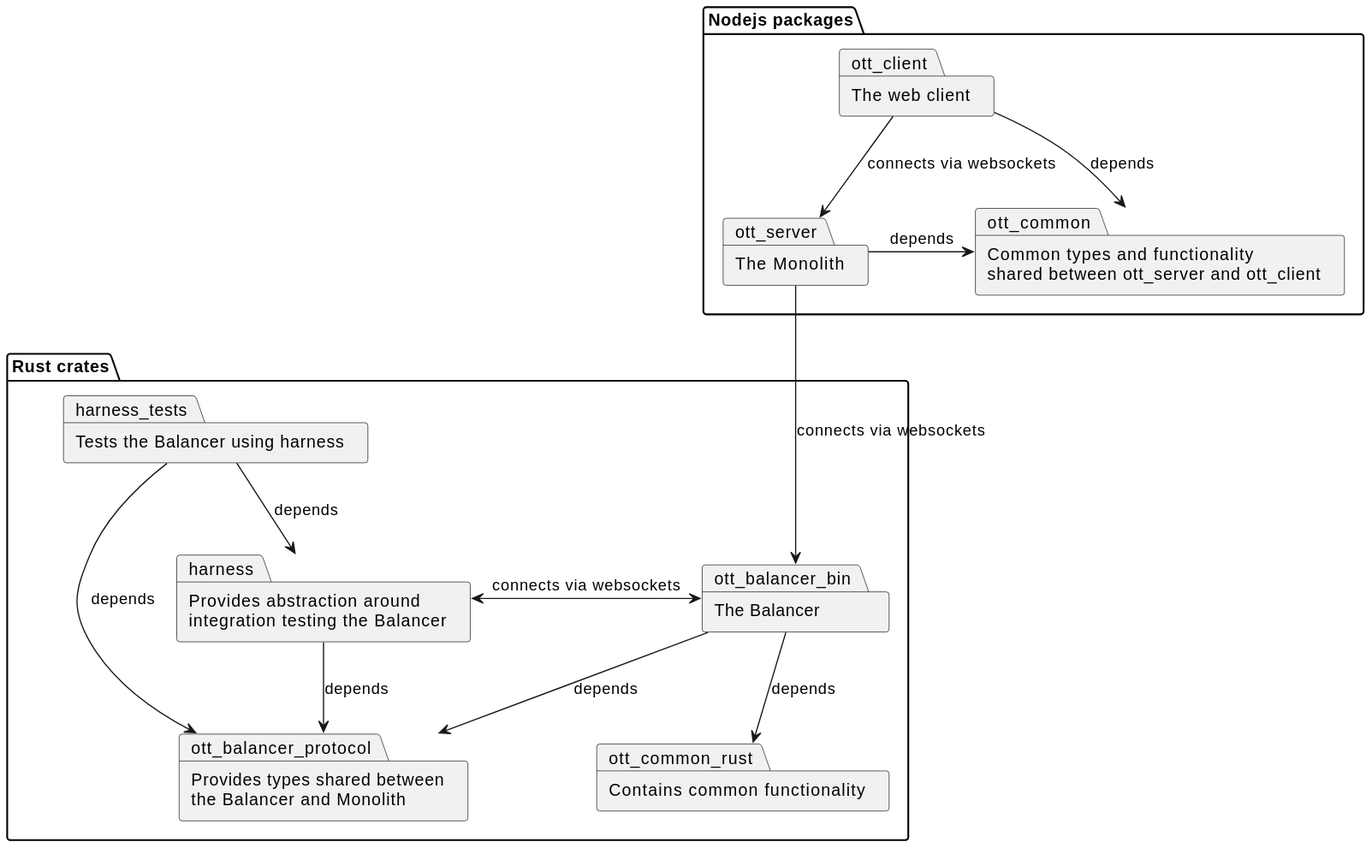
Above: figures/full-package-diagram.svg in dyc3/senior-design (PlantUML), before the change.
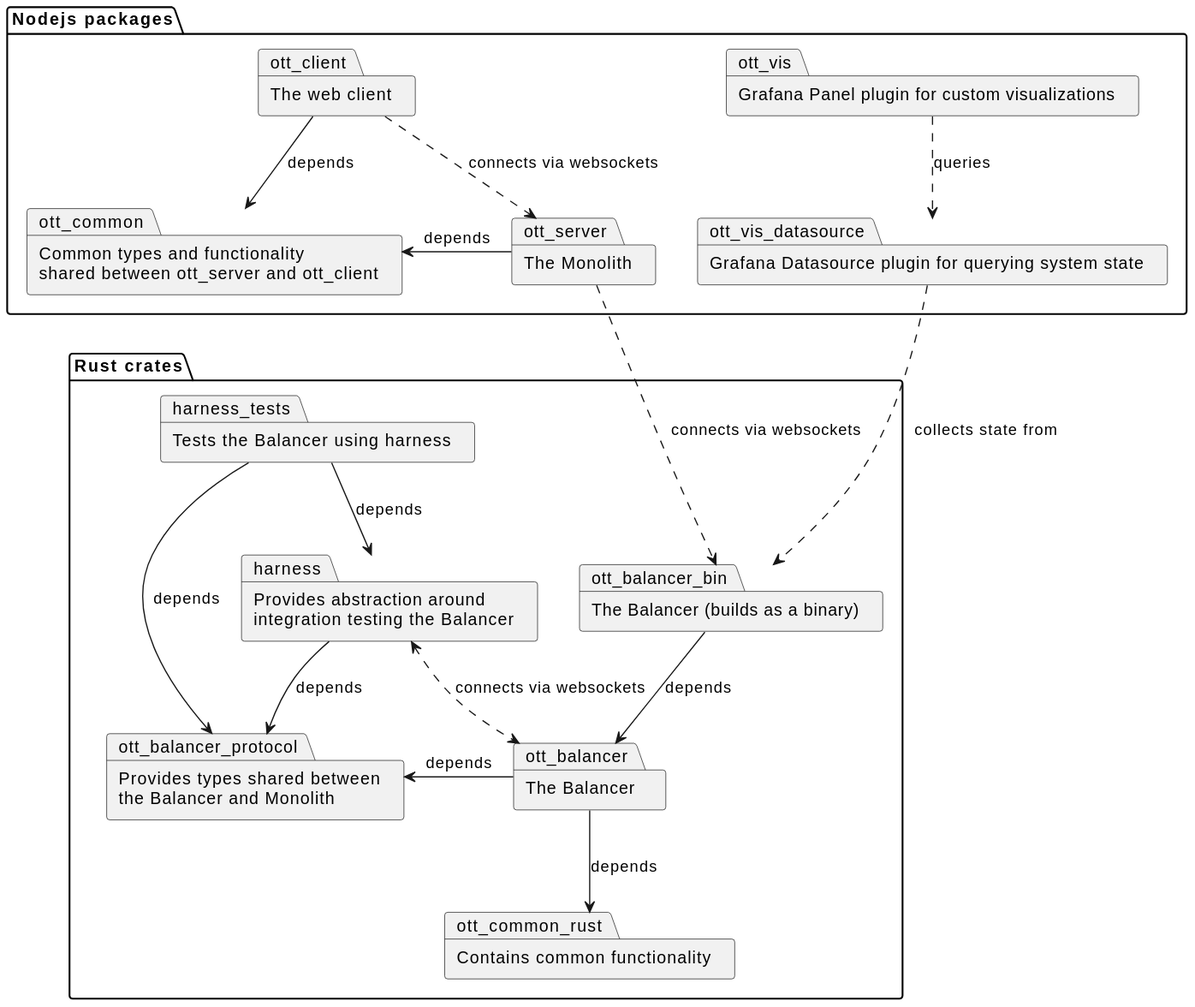
After the commit.

Commit message:
update package diagrams @Figure::full-package-diagram and @Figure::balancer-crates (#268)

The edit, as a diff of the source:
```diff
@@ -2,9 +2,6 @@
 folder "Rust crates" {
   package ott_common_rust [
     Contains common functionality
-  ]
-  package ott_balancer_bin [
-    The Balancer
   ]
   package ott_balancer_protocol [
     Provides types shared between
@@ -13,6 +10,12 @@
   package harness [
     Provides abstraction around
     integration testing the Balancer
+  ]
+  package ott_balancer [
+    The Balancer
+  ]
+  package ott_balancer_bin [
+    The Balancer (builds as a binary)
   ]
   package harness_tests [
     Tests the Balancer using harness
@@ -33,17 +36,29 @@
   package ott_client [
     The web client
   ]
+
+  package ott_vis [
+    Grafana Panel plugin for custom visualizations
+  ]
+
+  package ott_vis_datasource [
+    Grafana Datasource plugin for querying system state
+  ]
 }
 
-ott_balancer_bin --> ott_common_rust : depends
-ott_balancer_bin -> ott_balancer_protocol : depends
+ott_balancer --> ott_common_rust : depends
+ott_balancer -> ott_balancer_protocol : depends
 harness --> ott_balancer_protocol : depends
 harness_tests --> harness : depends
 harness_tests -> ott_balancer_protocol : depends
-harness <-> ott_balancer_bin : connects via websockets
-ott_server ---> ott_balancer_bin : connects via websockets
-ott_client --> ott_server : connects via websockets
+harness <..> ott_balancer : connects via websockets
+ott_server ...> ott_balancer_bin : connects via websockets
+ott_client ..> ott_server : connects via websockets
+ott_balancer_bin --> ott_balancer : depends
 
 ott_server -> ott_common : depends
 ott_client --> ott_common : depends
+
+ott_vis ..> ott_vis_datasource : queries
+ott_vis_datasource ..> ott_balancer_bin : collects state from
 @enduml
```
